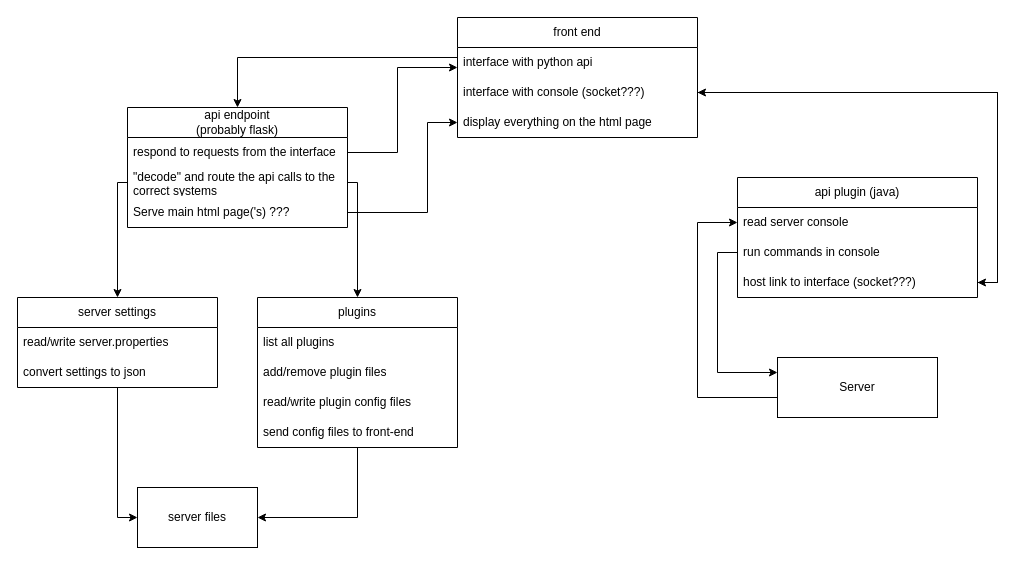
Before: design-system/server-interface-structure.drawio in ntdev-technology/mipsi, a draw.io diagram. Source tidied: cells renumbered, new cells numbered last; positions are measured from the earlier drawing's top-left corner, leaving out a move shared by most shapes. Both pictures are drawn from the tidied source at 100%, with x=0, y=0 at pixel (17, 17).
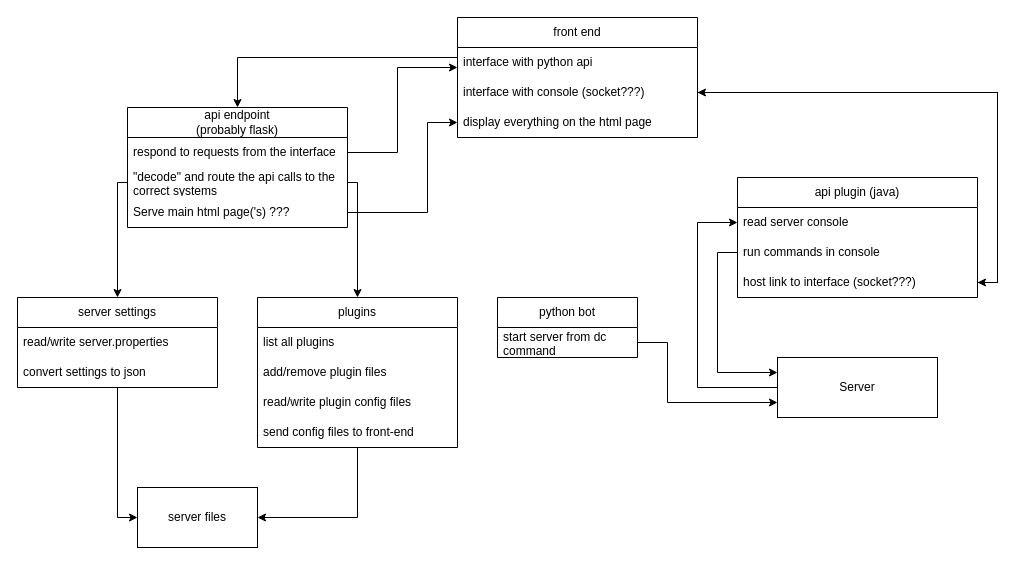
The same diagram, later.

Unchanged cells that the change refers to:
```xml
<mxCell id="21" value="read server console " style="text;strokeColor=none;fillColor=none;align=left;verticalAlign=middle;spacingLeft=4;spacingRight=4;overflow=hidden;points=[[0,0.5],[1,0.5]];portConstraint=eastwest;whiteSpace=wrap;html=1;" parent="20" vertex="1">
  <mxGeometry y="30" width="240" height="30" as="geometry" />
</mxCell>
<mxCell id="25" value="Server" style="rounded=0;whiteSpace=wrap;html=1;" parent="1" vertex="1">
  <mxGeometry x="760" y="340" width="160" height="60" as="geometry" />
</mxCell>
```

Diff of the diagram source:
```diff
@@
     <mxCell id="24" style="edgeStyle=orthogonalEdgeStyle;rounded=0;jettySize=auto;html=1;exitX=0;exitY=0.25;exitDx=0;exitDy=0;entryX=0;entryY=0.5;entryDx=0;entryDy=0;" parent="1" edge="1" source="25" target="21">
       <mxGeometry relative="1" as="geometry">
         <Array as="points">
-          <mxPoint x="760" y="380" />
-          <mxPoint x="680" y="380" />
+          <mxPoint x="760" y="370" />
+          <mxPoint x="680" y="370" />
           <mxPoint x="680" y="205" />
         </Array>
       </mxGeometry>
     </mxCell>
@@
+    <mxCell id="35" value="python bot" style="swimlane;fontStyle=0;horizontal=1;startSize=30;whiteSpace=wrap;html=1;" parent="1" vertex="1">
+      <mxGeometry x="480" y="280" width="140" height="60" as="geometry" />
+    </mxCell>
+    <mxCell id="36" value="start server from dc command" style="text;strokeColor=none;fillColor=none;align=left;verticalAlign=middle;spacingLeft=4;spacingRight=4;overflow=hidden;points=[[0,0.5],[1,0.5]];portConstraint=eastwest;whiteSpace=wrap;html=1;" parent="35" vertex="1">
+      <mxGeometry y="30" width="140" height="30" as="geometry" />
+    </mxCell>
+    <mxCell id="37" style="edgeStyle=orthogonalEdgeStyle;rounded=0;jettySize=auto;html=1;exitX=1;exitY=0.5;exitDx=0;exitDy=0;entryX=0;entryY=0.75;entryDx=0;entryDy=0;" parent="1" edge="1" source="36" target="25">
+      <mxGeometry relative="1" as="geometry">
+        <Array as="points">
+          <mxPoint x="650" y="325" />
+          <mxPoint x="650" y="385" />
+        </Array>
+      </mxGeometry>
+    </mxCell>
```
